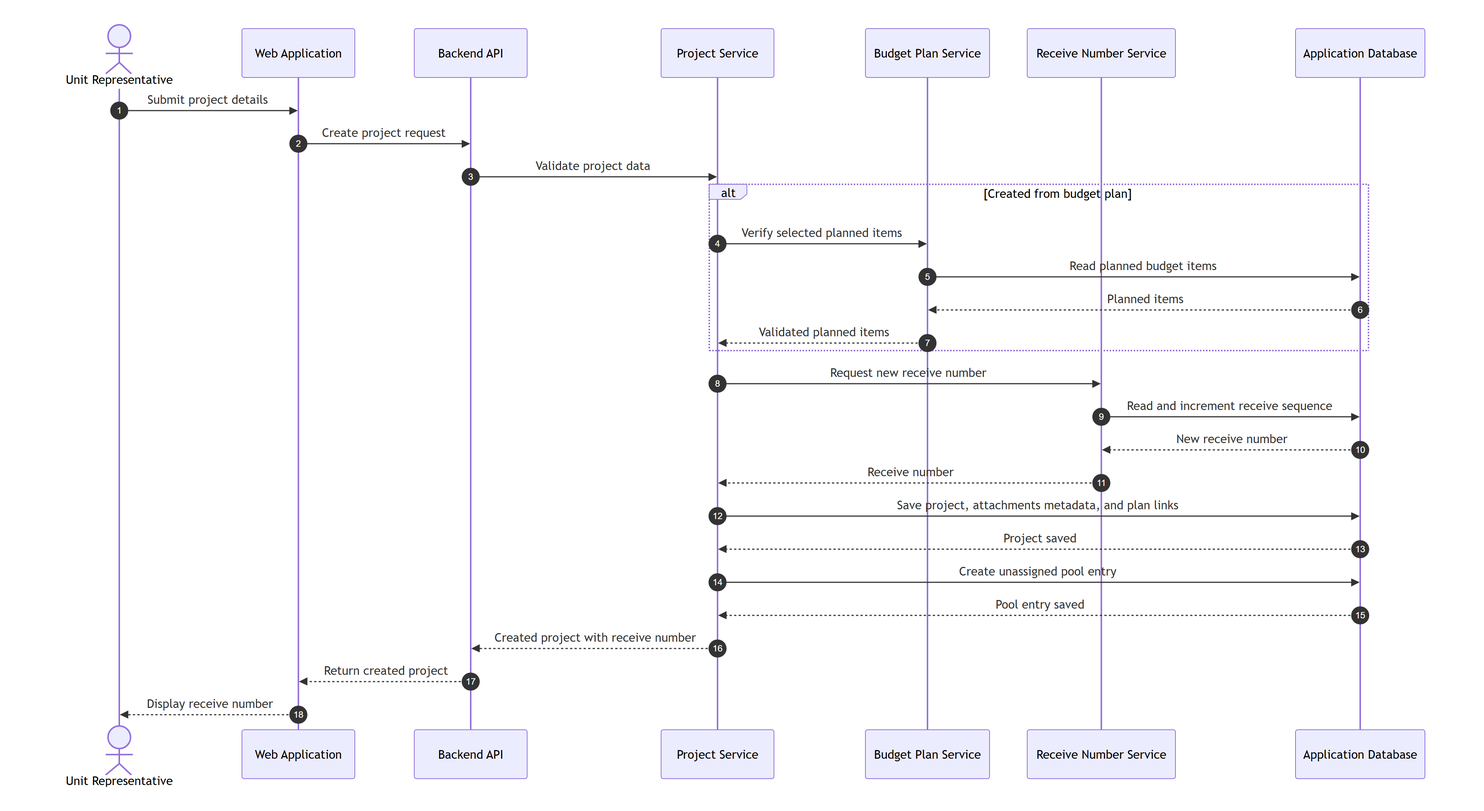
Before: report-diagrams/08-create-project-sequence.png, a diagram exported from Mermaid (capmoo-capstone/report). Its source is kept beside it as report-diagrams/08-create-project-sequence.mmd.
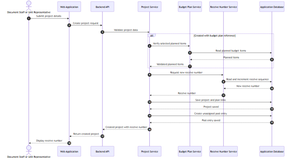
Above is the later version.

The edit, as a diff of the source:
```diff
@@ -1,6 +1,6 @@
 sequenceDiagram
     autonumber
-    actor Rep as Unit Representative
+    actor Creator as Document Staff or Unit Representative
     participant Web as Web Application
     participant API as Backend API
     participant Project as Project Service
@@ -8,10 +8,10 @@
     participant Number as Receive Number Service
     participant DB as Application Database
 
-    Rep->>Web: Submit project details
+    Creator->>Web: Submit project details
     Web->>API: Create project request
     API->>Project: Validate project data
-    alt Created from budget plan
+    alt Created with budget plan reference
         Project->>Plan: Verify selected planned items
         Plan->>DB: Read planned budget items
         DB-->>Plan: Planned items
@@ -21,10 +21,10 @@
     Number->>DB: Read and increment receive sequence
     DB-->>Number: New receive number
     Number-->>Project: Receive number
-    Project->>DB: Save project, attachments metadata, and plan links
+    Project->>DB: Save project and plan links
     DB-->>Project: Project saved
     Project->>DB: Create unassigned pool entry
     DB-->>Project: Pool entry saved
     Project-->>API: Created project with receive number
     API-->>Web: Return created project
-    Web-->>Rep: Display receive number
+    Web-->>Creator: Display receive number
```
